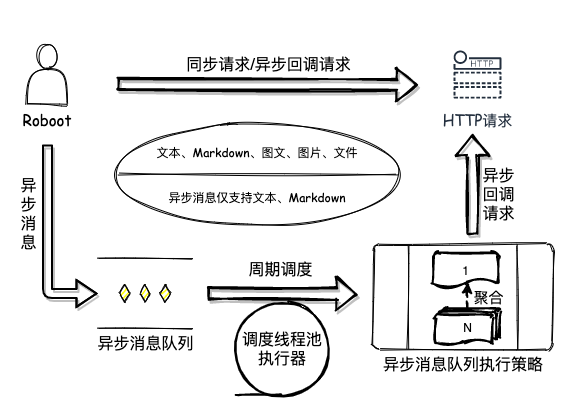
Above: qy_weixin_robot.png in WesleyOne/qy-weixin-robot-spring-boot-starter (draw.io), before the change. Source tidied: cells renumbered, new cells last; positions are measured from the earlier drawing's top-left corner, leaving out a move shared by most shapes.
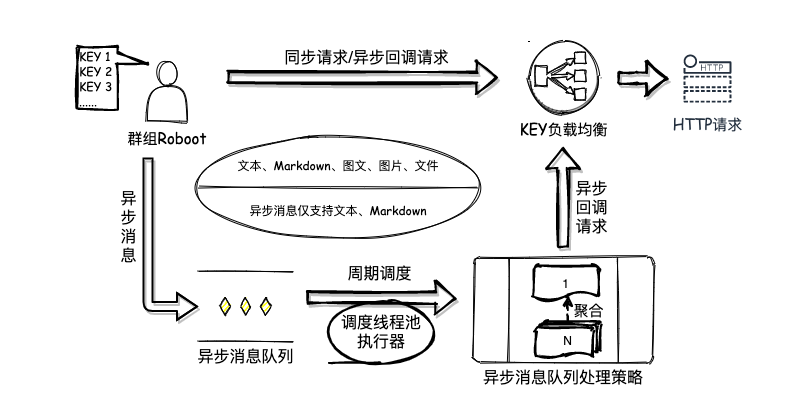
Later version of the same file.

The edit, as a diff of the source:
```diff
@@ -2,22 +2,22 @@
   <root>
     <mxCell id="0" />
     <mxCell id="1" parent="0" />
-    <mxCell id="2" value="&lt;font style=&quot;font-size: 15px&quot; face=&quot;Comic Sans MS&quot;&gt;&lt;br&gt;&lt;br&gt;&lt;br&gt;&lt;br&gt;&lt;br&gt;Roboot&lt;/font&gt;" style="shape=actor;whiteSpace=wrap;html=1;sketch=1;" parent="1" vertex="1">
-      <mxGeometry width="40" height="60" as="geometry" />
-    </mxCell>
+    <mxCell id="21" style="rounded=1;whiteSpace=wrap;html=1;sketch=1;fillColor=none;strokeColor=none;" parent="1" vertex="1">
+      <mxGeometry x="-146" y="20" width="800" height="400" as="geometry" />
+    </mxCell>
     <mxCell id="3" value="&lt;font style=&quot;font-size: 16px&quot;&gt;异步消息队列&lt;/font&gt;" style="verticalLabelPosition=bottom;verticalAlign=top;html=1;shape=mxgraph.flowchart.parallel_mode;sketch=1;" parent="1" vertex="1">
-      <mxGeometry x="70" y="214" width="95" height="70" as="geometry" />
+      <mxGeometry x="50.5" y="290" width="95" height="70" as="geometry" />
     </mxCell>
     <mxCell id="4" value="&lt;font style=&quot;font-size: 15px&quot; face=&quot;Comic Sans MS&quot;&gt;HTTP请求&lt;/font&gt;" style="fontColor=#232F3E;gradientColor=none;strokeColor=#232F3E;fillColor=#ffffff;dashed=0;verticalLabelPosition=bottom;verticalAlign=top;align=center;html=1;fontSize=12;fontStyle=0;shape=mxgraph.aws4.resourceIcon;resIcon=mxgraph.aws4.http_notification;sketch=0;" parent="1" vertex="1">
-      <mxGeometry x="420" width="60" height="60" as="geometry" />
+      <mxGeometry x="530" y="67" width="60" height="60" as="geometry" />
     </mxCell>
     <mxCell id="5" value="&lt;font style=&quot;font-size: 16px&quot;&gt;调度线程池&lt;br&gt;执行器&lt;/font&gt;" style="strokeWidth=2;html=1;shape=mxgraph.flowchart.sequential_data;whiteSpace=wrap;flipH=1;sketch=1;" parent="1" vertex="1">
-      <mxGeometry x="210" y="260" width="90" height="90" as="geometry" />
+      <mxGeometry x="183.2" y="321" width="101.5" height="60" as="geometry" />
     </mxCell>
     <mxCell id="6" style="shape=flexArrow;endArrow=classic;html=1;strokeWidth=2;sketch=1;shadow=1;" parent="1" edge="1">
       <mxGeometry relative="1" as="geometry">
-        <mxPoint x="180" y="249" as="sourcePoint" />
-        <mxPoint x="330" y="249" as="targetPoint" />
+        <mxPoint x="159" y="316" as="sourcePoint" />
+        <mxPoint x="309" y="316" as="targetPoint" />
       </mxGeometry>
     </mxCell>
     <mxCell id="7" value="&lt;font style=&quot;font-size: 16px&quot;&gt;周期调度&lt;/font&gt;" style="edgeLabel;html=1;align=center;verticalAlign=middle;" parent="6" vertex="1">
@@ -27,8 +27,8 @@
     </mxCell>
     <mxCell id="8" style="shape=flexArrow;endArrow=classic;html=1;strokeWidth=2;sketch=1;shadow=1;" parent="1" edge="1">
       <mxGeometry relative="1" as="geometry">
-        <mxPoint x="90" y="40" as="sourcePoint" />
-        <mxPoint x="390" y="40" as="targetPoint" />
+        <mxPoint x="80" y="96.2" as="sourcePoint" />
+        <mxPoint x="350" y="95.7" as="targetPoint" />
       </mxGeometry>
     </mxCell>
     <mxCell id="9" value="&lt;font style=&quot;font-size: 16px&quot;&gt;同步请求/异步回调请求&lt;/font&gt;" style="edgeLabel;html=1;align=center;verticalAlign=middle;" parent="8" vertex="1">
@@ -38,9 +38,9 @@
     </mxCell>
     <mxCell id="10" style="shape=flexArrow;endArrow=classic;html=1;strokeWidth=2;endWidth=15.833333333333334;endSize=6.036666666666666;width=8;entryX=0;entryY=0.5;entryDx=0;entryDy=0;entryPerimeter=0;shadow=1;" parent="1" edge="1" target="3">
       <mxGeometry relative="1" as="geometry">
-        <mxPoint x="20" y="100" as="sourcePoint" />
+        <mxPoint x="0.5" y="176" as="sourcePoint" />
         <Array as="points">
-          <mxPoint x="20" y="249" />
+          <mxPoint x="0.5" y="325" />
         </Array>
       </mxGeometry>
     </mxCell>
@@ -51,19 +51,19 @@
     </mxCell>
     <mxCell id="12" style="shape=flexArrow;endArrow=classic;html=1;strokeWidth=2;shadow=1;sketch=1;" parent="1" edge="1">
       <mxGeometry relative="1" as="geometry">
-        <mxPoint x="445" y="190" as="sourcePoint" />
-        <mxPoint x="445" y="90" as="targetPoint" />
+        <mxPoint x="415.5" y="266" as="sourcePoint" />
+        <mxPoint x="415.5" y="166" as="targetPoint" />
       </mxGeometry>
     </mxCell>
     <mxCell id="13" value="&lt;span style=&quot;font-size: 16px&quot;&gt;异步&lt;br&gt;回调&lt;br&gt;请求&lt;br&gt;&lt;/span&gt;" style="edgeLabel;html=1;align=center;verticalAlign=middle;" parent="12" vertex="1">
       <mxGeometry relative="1" as="geometry">
-        <mxPoint x="25" y="10" as="offset" />
+        <mxPoint x="27.5" y="10" as="offset" />
       </mxGeometry>
     </mxCell>
     <mxCell id="14" style="group;" parent="1" vertex="1">
-      <mxGeometry x="345.5" y="200" width="180" height="105" as="geometry" />
+      <mxGeometry x="326" y="276" width="180" height="105" as="geometry" />
     </mxCell>
-    <mxCell id="15" value="&lt;span style=&quot;font-size: 16px&quot;&gt;异步消息队列&lt;/span&gt;&lt;span style=&quot;font-size: 16px&quot;&gt;执行策略&lt;/span&gt;" style="verticalLabelPosition=bottom;verticalAlign=top;html=1;shape=process;whiteSpace=wrap;rounded=1;size=0.19166666666666668;arcSize=6;sketch=1;shadow=0;glass=0;" parent="14" vertex="1">
+    <mxCell id="15" value="&lt;span style=&quot;font-size: 16px&quot;&gt;异步消息队列处理&lt;/span&gt;&lt;span style=&quot;font-size: 16px&quot;&gt;策略&lt;/span&gt;" style="verticalLabelPosition=bottom;verticalAlign=top;html=1;shape=process;whiteSpace=wrap;rounded=1;size=0.19166666666666668;arcSize=6;sketch=1;shadow=0;glass=0;" parent="14" vertex="1">
       <mxGeometry width="180" height="105" as="geometry" />
     </mxCell>
     <mxCell id="16" value="N" style="strokeWidth=2;html=1;shape=mxgraph.flowchart.multi-document;whiteSpace=wrap;align=center;sketch=1;" parent="14" vertex="1">
@@ -81,7 +81,31 @@
       </mxGeometry>
     </mxCell>
     <mxCell id="20" value="&lt;font face=&quot;Comic Sans MS&quot;&gt;文本、Markdown、图文、图片、文件&lt;br&gt;&lt;br&gt;&lt;br&gt;异步消息仅支持文本、Markdown&lt;/font&gt;" style="shape=lineEllipse;perimeter=ellipsePerimeter;whiteSpace=wrap;html=1;backgroundOutline=1;rounded=1;shadow=0;glass=0;sketch=1;" parent="1" vertex="1">
-      <mxGeometry x="90" y="80" width="280" height="100" as="geometry" />
+      <mxGeometry x="50.5" y="156" width="280" height="100" as="geometry" />
     </mxCell>
+    <mxCell id="22" value="&lt;font style=&quot;font-size: 15px&quot; face=&quot;Comic Sans MS&quot;&gt;KEY负载均衡&lt;/font&gt;" style="dashed=0;verticalLabelPosition=bottom;verticalAlign=top;align=center;html=1;shape=mxgraph.aws3.classic_load_balancer;gradientColor=none;sketch=1;fillColor=none;" parent="1" vertex="1">
+      <mxGeometry x="381.5" y="60" width="69" height="72" as="geometry" />
+    </mxCell>
+    <mxCell id="23" style="group;" parent="1" vertex="1">
+      <mxGeometry x="-30" y="80" width="100" height="86" as="geometry" />
+    </mxCell>
+    <mxCell id="2" style="shape=actor;whiteSpace=wrap;html=1;sketch=1;" parent="23" vertex="1">
+      <mxGeometry x="30" width="40" height="60" as="geometry" />
+    </mxCell>
+    <mxCell id="24" value="&lt;span style=&quot;font-family: &amp;#34;comic sans ms&amp;#34; ; font-size: 15px&quot;&gt;群组Roboot&lt;/span&gt;" style="text;html=1;strokeColor=none;fillColor=none;align=center;verticalAlign=middle;whiteSpace=wrap;rounded=0;sketch=1;" parent="23" vertex="1">
+      <mxGeometry y="66" width="100" height="20" as="geometry" />
+    </mxCell>
+    <mxCell id="25" value="&lt;span style=&quot;font-family: &amp;#34;comic sans ms&amp;#34;&quot;&gt;KEY 1&lt;/span&gt;&lt;br&gt;&lt;span style=&quot;font-family: &amp;#34;comic sans ms&amp;#34;&quot;&gt;KEY 2&lt;/span&gt;&lt;br&gt;&lt;span style=&quot;font-family: &amp;#34;comic sans ms&amp;#34;&quot;&gt;KEY 3&lt;/span&gt;&lt;br&gt;&lt;span style=&quot;font-family: &amp;#34;comic sans ms&amp;#34;&quot;&gt;......&lt;/span&gt;" style="shape=callout;whiteSpace=wrap;html=1;perimeter=calloutPerimeter;sketch=1;strokeWidth=2;fillColor=none;align=left;base=11;size=30;position=0.74;position2=0.74;direction=north;" parent="1" vertex="1">
+      <mxGeometry x="-70" y="66" width="70" height="62" as="geometry" />
+    </mxCell>
+    <mxCell id="26" style="shape=flexArrow;endArrow=classic;html=1;shadow=1;strokeWidth=2;sketch=1;" parent="1" edge="1">
+      <mxGeometry relative="1" as="geometry">
+        <mxPoint x="470" y="96.7" as="sourcePoint" />
+        <mxPoint x="520" y="96.7" as="targetPoint" />
+        <Array as="points">
+          <mxPoint x="490" y="96.7" />
+        </Array>
+      </mxGeometry>
+    </mxCell>
   </root>
 </mxGraphModel>
```
